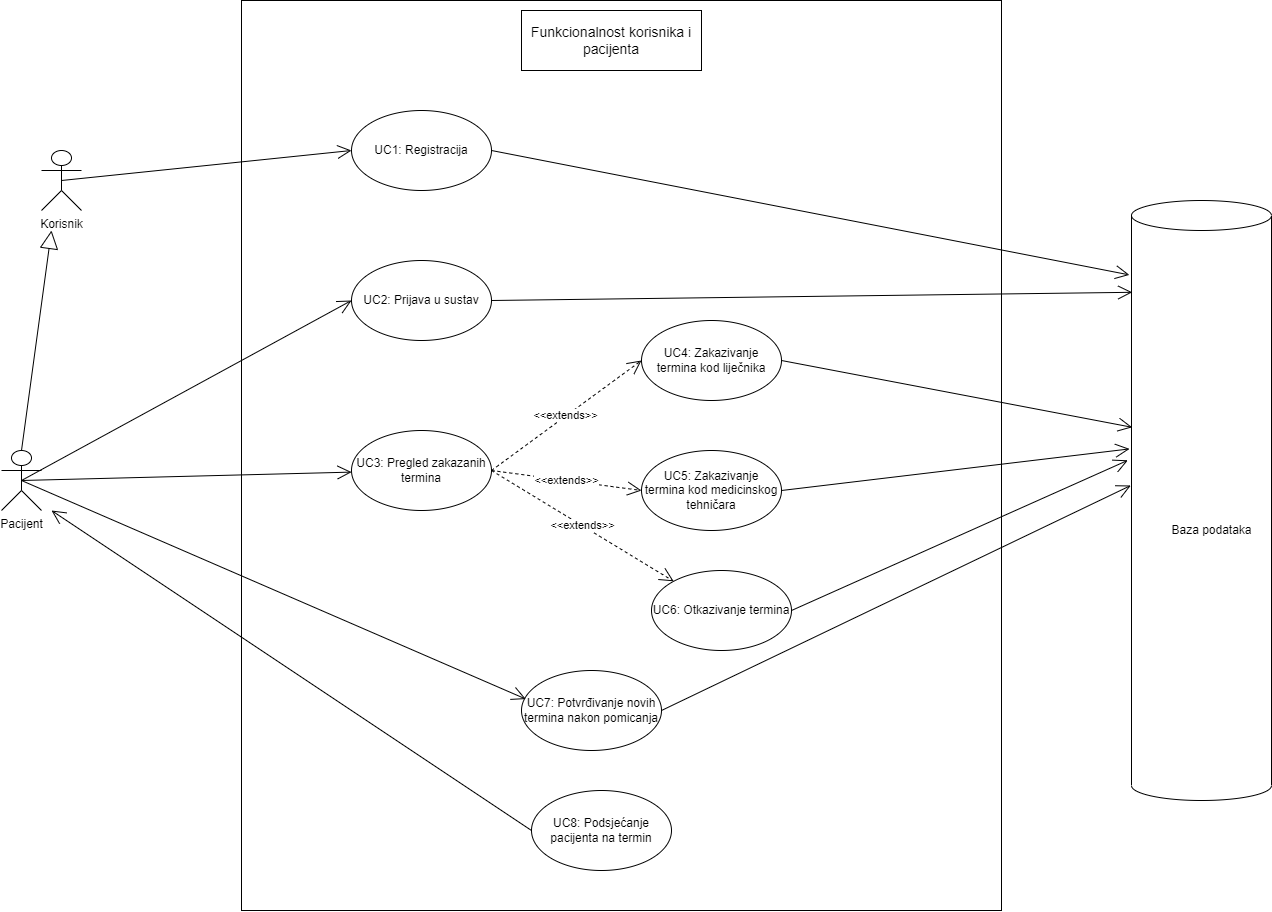
Before: dokumentacija/dokumentacija/slike/pacijent_usecase.png, a diagram exported from draw.io (BranimirTomeljak/SustavNarucivanja). Source tidied: cells renumbered, new cells last; positions are measured from the earlier drawing's top-left corner, leaving out a move shared by most shapes.
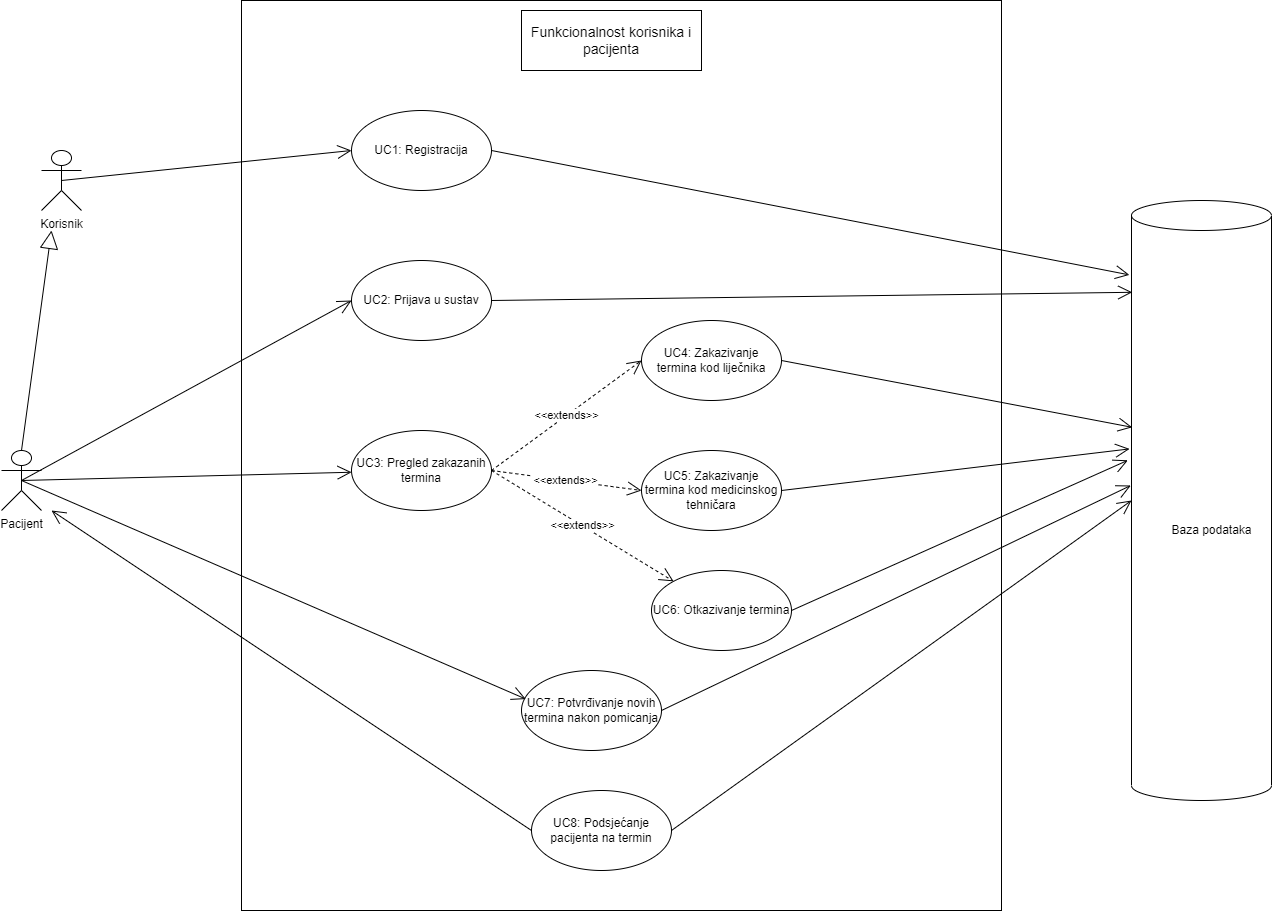
Above is the later version.

What changed in the source:
```diff
@@ -93,5 +93,8 @@
     <mxCell id="30" style="endArrow=open;endFill=1;endSize=12;html=1;rounded=0;exitX=0.5;exitY=0.5;exitDx=0;exitDy=0;exitPerimeter=0;entryX=0.031;entryY=0.357;entryDx=0;entryDy=0;entryPerimeter=0;" parent="1" edge="1" source="5" target="13">
       <mxGeometry relative="1" as="geometry" />
     </mxCell>
+    <mxCell id="31" style="endArrow=open;endFill=1;endSize=12;html=1;rounded=0;exitX=1;exitY=0.5;exitDx=0;exitDy=0;entryX=0;entryY=0.5;entryDx=0;entryDy=0;entryPerimeter=0;" parent="1" edge="1" source="14" target="3">
+      <mxGeometry relative="1" as="geometry" />
+    </mxCell>
   </root>
 </mxGraphModel>
```
